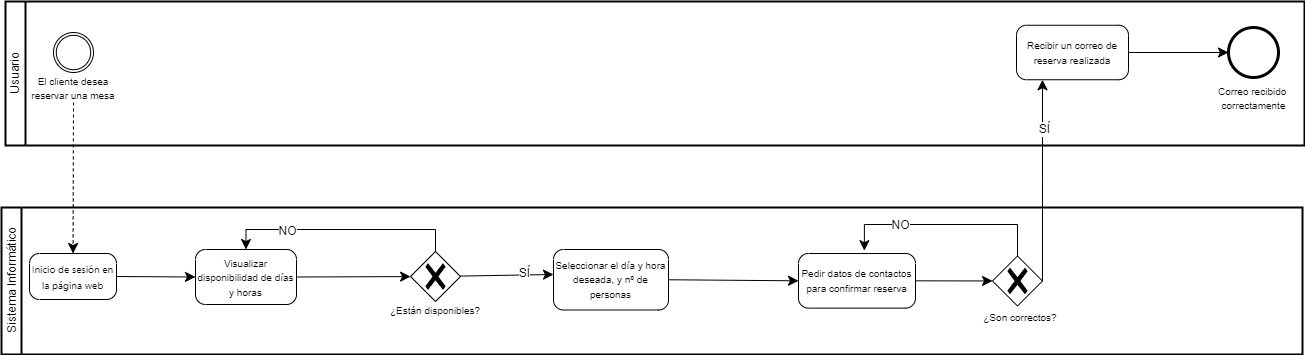
luciarinconpozo/Cibercafe keeps this draw.io diagram as BPMN/BPMN_Reserva.drawio.png. Above is the earlier version. Source tidied: cells renumbered, new cells last; positions are measured from the earlier drawing's top-left corner, leaving out a move shared by most shapes.
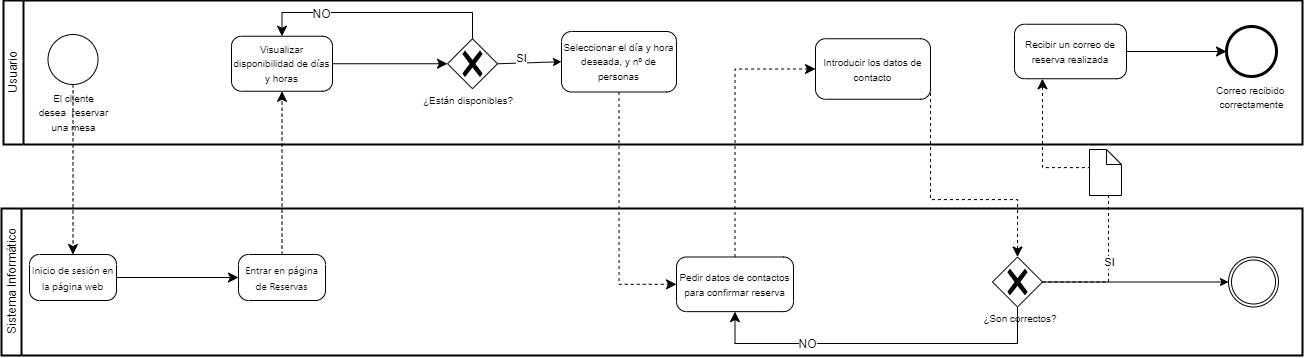
After the change.

The edit, as a diff of the source:
```diff
@@ -5,10 +5,7 @@
     <mxCell id="2" value="Usuario" style="swimlane;html=1;startSize=20;fontStyle=0;horizontal=0;swimlaneLine=1;swimlaneFillColor=#ffffff;strokeWidth=2;whiteSpace=wrap;" parent="1" vertex="1">
       <mxGeometry x="4" width="1299" height="144" as="geometry" />
     </mxCell>
-    <mxCell id="3" style="shape=mxgraph.bpmn.event;html=1;verticalLabelPosition=bottom;labelBackgroundColor=#ffffff;verticalAlign=top;align=center;perimeter=ellipsePerimeter;outline=throwing;symbol=general;" parent="2" vertex="1">
-      <mxGeometry x="48" y="31" width="40" height="40" as="geometry" />
-    </mxCell>
-    <mxCell id="4" value="&lt;p style=&quot;line-height: 74%;&quot;&gt;&lt;font style=&quot;font-size: 10px;&quot;&gt;El cliente desea reservar una mesa&lt;/font&gt;&lt;/p&gt;" style="text;strokeColor=none;fillColor=none;html=1;align=center;verticalAlign=middle;whiteSpace=wrap;rounded=0;fontSize=16;" parent="2" vertex="1">
+    <mxCell id="4" value="&lt;p style=&quot;line-height: 74%;&quot;&gt;&lt;br&gt;&lt;/p&gt;" style="text;strokeColor=none;fillColor=none;html=1;align=center;verticalAlign=middle;whiteSpace=wrap;rounded=0;fontSize=16;" parent="2" vertex="1">
       <mxGeometry x="21" y="71" width="94" height="30" as="geometry" />
     </mxCell>
     <mxCell id="5" style="edgeStyle=none;curved=1;rounded=0;jettySize=auto;html=1;exitX=1;exitY=0.5;exitDx=0;exitDy=0;exitPerimeter=0;fontSize=12;startSize=8;endSize=8;" parent="2" edge="1" source="6" target="7">
@@ -20,79 +17,116 @@
     <mxCell id="7" value="&lt;font style=&quot;font-size: 10px;&quot;&gt;Correo recibido&amp;nbsp;&lt;/font&gt;&lt;div&gt;&lt;font style=&quot;font-size: 10px;&quot;&gt;correctamente&lt;/font&gt;&lt;/div&gt;" style="points=[[0.145,0.145,0],[0.5,0,0],[0.855,0.145,0],[1,0.5,0],[0.855,0.855,0],[0.5,1,0],[0.145,0.855,0],[0,0.5,0]];shape=mxgraph.bpmn.event;html=1;verticalLabelPosition=bottom;labelBackgroundColor=#ffffff;verticalAlign=top;align=center;perimeter=ellipsePerimeter;outlineConnect=0;outline=end;symbol=terminate2;" parent="2" vertex="1">
       <mxGeometry x="1223" y="26" width="50" height="50" as="geometry" />
     </mxCell>
+    <mxCell id="17" value="&lt;font style=&quot;font-size: 10px;&quot;&gt;Seleccionar el día y hora deseada, y nº de personas&lt;/font&gt;" style="points=[[0.25,0,0],[0.5,0,0],[0.75,0,0],[1,0.25,0],[1,0.5,0],[1,0.75,0],[0.75,1,0],[0.5,1,0],[0.25,1,0],[0,0.75,0],[0,0.5,0],[0,0.25,0]];shape=mxgraph.bpmn.task;whiteSpace=wrap;rectStyle=rounded;size=10;html=1;taskMarker=abstract;" parent="2" vertex="1">
+      <mxGeometry x="558" y="31" width="115" height="60.5" as="geometry" />
+    </mxCell>
+    <mxCell id="13" style="points=[[0.25,0.25,0],[0.5,0,0],[0.75,0.25,0],[1,0.5,0],[0.75,0.75,0],[0.5,1,0],[0.25,0.75,0],[0,0.5,0]];shape=mxgraph.bpmn.gateway2;html=1;verticalLabelPosition=bottom;labelBackgroundColor=#ffffff;verticalAlign=top;align=center;perimeter=rhombusPerimeter;outlineConnect=0;outline=none;symbol=none;gwType=exclusive;" parent="2" vertex="1">
+      <mxGeometry x="444" y="38.2" width="50" height="50" as="geometry" />
+    </mxCell>
+    <mxCell id="11" value="&lt;font style=&quot;font-size: 10px;&quot;&gt;Visualizar disponibilidad de días y horas&lt;/font&gt;" style="points=[[0.25,0,0],[0.5,0,0],[0.75,0,0],[1,0.25,0],[1,0.5,0],[1,0.75,0],[0.75,1,0],[0.5,1,0],[0.25,1,0],[0,0.75,0],[0,0.5,0],[0,0.25,0]];shape=mxgraph.bpmn.task;whiteSpace=wrap;rectStyle=rounded;size=10;html=1;taskMarker=abstract;" parent="2" vertex="1">
+      <mxGeometry x="228" y="35.8" width="101" height="55" as="geometry" />
+    </mxCell>
+    <mxCell id="10" style="edgeStyle=none;curved=1;rounded=0;jettySize=auto;html=1;exitX=1;exitY=0.5;exitDx=0;exitDy=0;exitPerimeter=0;fontSize=12;startSize=8;endSize=8;" parent="2" edge="1" source="11" target="13">
+      <mxGeometry relative="1" as="geometry" />
+    </mxCell>
+    <mxCell id="15" style="edgeStyle=elbowEdgeStyle;elbow=horizontal;endArrow=classic;html=1;curved=0;rounded=0;endSize=8;startSize=8;fontSize=12;entryX=0.5;entryY=0;entryDx=0;entryDy=0;entryPerimeter=0;exitX=0.5;exitY=0;exitDx=0;exitDy=0;exitPerimeter=0;" parent="2" edge="1" source="13" target="11">
+      <mxGeometry relative="1" as="geometry">
+        <Array as="points">
+          <mxPoint x="378" y="12" />
+        </Array>
+      </mxGeometry>
+    </mxCell>
+    <mxCell id="16" value="NO" style="edgeLabel;html=1;align=center;verticalAlign=middle;fontSize=12;" parent="15" vertex="1">
+      <mxGeometry x="0.48" y="1" relative="1" as="geometry" />
+    </mxCell>
+    <mxCell id="14" value="&lt;p style=&quot;line-height: 74%;&quot;&gt;&lt;font style=&quot;font-size: 10px;&quot;&gt;¿Están disponibles?&lt;/font&gt;&lt;/p&gt;" style="text;strokeColor=none;fillColor=none;html=1;align=center;verticalAlign=middle;whiteSpace=wrap;rounded=0;fontSize=16;" parent="2" vertex="1">
+      <mxGeometry x="418" y="84" width="94" height="30" as="geometry" />
+    </mxCell>
+    <mxCell id="18" style="endArrow=classic;html=1;rounded=0;exitX=1;exitY=0.5;exitDx=0;exitDy=0;exitPerimeter=0;entryX=0;entryY=0.5;entryDx=0;entryDy=0;entryPerimeter=0;" parent="2" edge="1" source="13" target="17">
+      <mxGeometry relative="1" as="geometry" />
+    </mxCell>
+    <mxCell id="30" value="SI" style="edgeLabel;html=1;align=center;verticalAlign=middle;" parent="18" vertex="1">
+      <mxGeometry x="-0.26" y="5" relative="1" as="geometry" />
+    </mxCell>
+    <mxCell id="31" value="&lt;font style=&quot;font-size: 10px;&quot;&gt;Introducir los datos de contacto&lt;/font&gt;" style="points=[[0.25,0,0],[0.5,0,0],[0.75,0,0],[1,0.25,0],[1,0.5,0],[1,0.75,0],[0.75,1,0],[0.5,1,0],[0.25,1,0],[0,0.75,0],[0,0.5,0],[0,0.25,0]];shape=mxgraph.bpmn.task;whiteSpace=wrap;rectStyle=rounded;size=10;html=1;taskMarker=abstract;" parent="2" vertex="1">
+      <mxGeometry x="812" y="38.2" width="115" height="60.5" as="geometry" />
+    </mxCell>
+    <mxCell id="32" value="&lt;span style=&quot;font-size: 10px; text-wrap: wrap;&quot;&gt;El cliente desea&amp;nbsp;&amp;nbsp;&lt;/span&gt;&lt;span style=&quot;font-size: 10px; text-wrap: wrap;&quot;&gt;reservar una mesa&lt;/span&gt;" style="points=[[0.145,0.145,0],[0.5,0,0],[0.855,0.145,0],[1,0.5,0],[0.855,0.855,0],[0.5,1,0],[0.145,0.855,0],[0,0.5,0]];shape=mxgraph.bpmn.event;html=1;verticalLabelPosition=bottom;labelBackgroundColor=#ffffff;verticalAlign=top;align=center;perimeter=ellipsePerimeter;outlineConnect=0;outline=standard;symbol=general;" parent="2" vertex="1">
+      <mxGeometry x="44.5" y="34" width="50" height="50" as="geometry" />
+    </mxCell>
     <mxCell id="8" value="Sistema Informático" style="swimlane;html=1;startSize=20;fontStyle=0;horizontal=0;swimlaneLine=1;swimlaneFillColor=#ffffff;strokeWidth=2;whiteSpace=wrap;" parent="1" vertex="1">
-      <mxGeometry y="206" width="1301" height="147" as="geometry" />
+      <mxGeometry x="2" y="208" width="1301" height="147" as="geometry" />
     </mxCell>
     <mxCell id="9" value="&lt;span style=&quot;border: 0px solid rgb(227, 227, 227); box-sizing: border-box; --tw-border-spacing-x: 0; --tw-border-spacing-y: 0; --tw-translate-x: 0; --tw-translate-y: 0; --tw-rotate: 0; --tw-skew-x: 0; --tw-skew-y: 0; --tw-scale-x: 1; --tw-scale-y: 1; --tw-pan-x: ; --tw-pan-y: ; --tw-pinch-zoom: ; --tw-scroll-snap-strictness: proximity; --tw-gradient-from-position: ; --tw-gradient-via-position: ; --tw-gradient-to-position: ; --tw-ordinal: ; --tw-slashed-zero: ; --tw-numeric-figure: ; --tw-numeric-spacing: ; --tw-numeric-fraction: ; --tw-ring-inset: ; --tw-ring-offset-width: 0px; --tw-ring-offset-color: #fff; --tw-ring-color: rgba(69,89,164,.5); --tw-ring-offset-shadow: 0 0 transparent; --tw-ring-shadow: 0 0 transparent; --tw-shadow: 0 0 transparent; --tw-shadow-colored: 0 0 transparent; --tw-blur: ; --tw-brightness: ; --tw-contrast: ; --tw-grayscale: ; --tw-hue-rotate: ; --tw-invert: ; --tw-saturate: ; --tw-sepia: ; --tw-drop-shadow: ; --tw-backdrop-blur: ; --tw-backdrop-brightness: ; --tw-backdrop-contrast: ; --tw-backdrop-grayscale: ; --tw-backdrop-hue-rotate: ; --tw-backdrop-invert: ; --tw-backdrop-opacity: ; --tw-backdrop-saturate: ; --tw-backdrop-sepia: ; --tw-contain-size: ; --tw-contain-layout: ; --tw-contain-paint: ; --tw-contain-style: ; font-family: Söhne, ui-sans-serif, system-ui, -apple-system, &amp;quot;Segoe UI&amp;quot;, Roboto, Ubuntu, Cantarell, &amp;quot;Noto Sans&amp;quot;, sans-serif, &amp;quot;Helvetica Neue&amp;quot;, Arial, &amp;quot;Apple Color Emoji&amp;quot;, &amp;quot;Segoe UI Emoji&amp;quot;, &amp;quot;Segoe UI Symbol&amp;quot;, &amp;quot;Noto Color Emoji&amp;quot;; text-align: left; white-space-collapse: preserve;&quot;&gt;&lt;font style=&quot;font-size: 10px;&quot;&gt;Inicio de sesión en la página web&lt;/font&gt;&lt;/span&gt;" style="points=[[0.25,0,0],[0.5,0,0],[0.75,0,0],[1,0.25,0],[1,0.5,0],[1,0.75,0],[0.75,1,0],[0.5,1,0],[0.25,1,0],[0,0.75,0],[0,0.5,0],[0,0.25,0]];shape=mxgraph.bpmn.task;whiteSpace=wrap;rectStyle=rounded;size=10;html=1;taskMarker=abstract;" parent="8" vertex="1">
       <mxGeometry x="28" y="46" width="87" height="46" as="geometry" />
     </mxCell>
-    <mxCell id="10" style="edgeStyle=none;curved=1;rounded=0;jettySize=auto;html=1;exitX=1;exitY=0.5;exitDx=0;exitDy=0;exitPerimeter=0;fontSize=12;startSize=8;endSize=8;" parent="8" edge="1" source="11" target="13">
-      <mxGeometry relative="1" as="geometry" />
-    </mxCell>
-    <mxCell id="11" value="&lt;font style=&quot;font-size: 10px;&quot;&gt;Visualizar disponibilidad de días y horas&lt;/font&gt;" style="points=[[0.25,0,0],[0.5,0,0],[0.75,0,0],[1,0.25,0],[1,0.5,0],[1,0.75,0],[0.75,1,0],[0.5,1,0],[0.25,1,0],[0,0.75,0],[0,0.5,0],[0,0.25,0]];shape=mxgraph.bpmn.task;whiteSpace=wrap;rectStyle=rounded;size=10;html=1;taskMarker=abstract;" parent="8" vertex="1">
-      <mxGeometry x="194" y="42" width="101" height="55" as="geometry" />
-    </mxCell>
-    <mxCell id="12" style="edgeStyle=none;curved=1;rounded=0;jettySize=auto;html=1;exitX=1;exitY=0.5;exitDx=0;exitDy=0;exitPerimeter=0;entryX=0;entryY=0.5;entryDx=0;entryDy=0;entryPerimeter=0;fontSize=12;startSize=8;endSize=8;" parent="8" edge="1" source="9" target="11">
-      <mxGeometry relative="1" as="geometry" />
-    </mxCell>
-    <mxCell id="13" style="points=[[0.25,0.25,0],[0.5,0,0],[0.75,0.25,0],[1,0.5,0],[0.75,0.75,0],[0.5,1,0],[0.25,0.75,0],[0,0.5,0]];shape=mxgraph.bpmn.gateway2;html=1;verticalLabelPosition=bottom;labelBackgroundColor=#ffffff;verticalAlign=top;align=center;perimeter=rhombusPerimeter;outlineConnect=0;outline=none;symbol=none;gwType=exclusive;" parent="8" vertex="1">
-      <mxGeometry x="409" y="44" width="50" height="50" as="geometry" />
-    </mxCell>
-    <mxCell id="14" value="&lt;p style=&quot;line-height: 74%;&quot;&gt;&lt;font style=&quot;font-size: 10px;&quot;&gt;¿Están disponibles?&lt;/font&gt;&lt;/p&gt;" style="text;strokeColor=none;fillColor=none;html=1;align=center;verticalAlign=middle;whiteSpace=wrap;rounded=0;fontSize=16;" parent="8" vertex="1">
-      <mxGeometry x="387" y="87" width="94" height="30" as="geometry" />
-    </mxCell>
-    <mxCell id="15" style="edgeStyle=elbowEdgeStyle;elbow=horizontal;endArrow=classic;html=1;curved=0;rounded=0;endSize=8;startSize=8;fontSize=12;entryX=0.5;entryY=0;entryDx=0;entryDy=0;entryPerimeter=0;exitX=0.5;exitY=0;exitDx=0;exitDy=0;exitPerimeter=0;" parent="8" edge="1" source="13" target="11">
-      <mxGeometry relative="1" as="geometry">
-        <Array as="points">
-          <mxPoint x="339" y="22" />
-        </Array>
-      </mxGeometry>
-    </mxCell>
-    <mxCell id="16" value="NO" style="edgeLabel;html=1;align=center;verticalAlign=middle;fontSize=12;" parent="15" vertex="1">
-      <mxGeometry x="0.48" y="1" relative="1" as="geometry" />
-    </mxCell>
-    <mxCell id="17" value="&lt;font style=&quot;font-size: 10px;&quot;&gt;Seleccionar el día y hora deseada, y nº de personas&lt;/font&gt;" style="points=[[0.25,0,0],[0.5,0,0],[0.75,0,0],[1,0.25,0],[1,0.5,0],[1,0.75,0],[0.75,1,0],[0.5,1,0],[0.25,1,0],[0,0.75,0],[0,0.5,0],[0,0.25,0]];shape=mxgraph.bpmn.task;whiteSpace=wrap;rectStyle=rounded;size=10;html=1;taskMarker=abstract;" parent="8" vertex="1">
-      <mxGeometry x="552" y="42" width="115" height="60.5" as="geometry" />
-    </mxCell>
-    <mxCell id="18" style="endArrow=classic;html=1;rounded=0;fontSize=12;startSize=8;endSize=8;curved=1;entryX=0;entryY=0.413;entryDx=0;entryDy=0;entryPerimeter=0;" parent="8" edge="1" source="13" target="17">
-      <mxGeometry relative="1" as="geometry" />
-    </mxCell>
-    <mxCell id="19" value="SÍ" style="edgeLabel;html=1;align=center;verticalAlign=middle;fontSize=12;" parent="18" vertex="1">
-      <mxGeometry x="0.36" y="2" relative="1" as="geometry" />
-    </mxCell>
-    <mxCell id="20" style="edgeStyle=none;curved=1;rounded=0;jettySize=auto;html=1;exitX=1;exitY=0.5;exitDx=0;exitDy=0;exitPerimeter=0;fontSize=12;startSize=8;endSize=8;" parent="8" edge="1" source="21" target="23">
-      <mxGeometry relative="1" as="geometry" />
-    </mxCell>
     <mxCell id="21" value="&lt;font style=&quot;font-size: 10px;&quot;&gt;Pedir datos de contactos para confirmar reserva&lt;/font&gt;" style="points=[[0.25,0,0],[0.5,0,0],[0.75,0,0],[1,0.25,0],[1,0.5,0],[1,0.75,0],[0.75,1,0],[0.5,1,0],[0.25,1,0],[0,0.75,0],[0,0.5,0],[0,0.25,0]];shape=mxgraph.bpmn.task;whiteSpace=wrap;rectStyle=rounded;size=10;html=1;taskMarker=abstract;" parent="8" vertex="1">
-      <mxGeometry x="797" y="46" width="117" height="54.6" as="geometry" />
+      <mxGeometry x="675" y="48.5" width="117" height="54.6" as="geometry" />
     </mxCell>
-    <mxCell id="22" style="edgeStyle=none;curved=1;rounded=0;jettySize=auto;html=1;exitX=1;exitY=0.5;exitDx=0;exitDy=0;exitPerimeter=0;entryX=0;entryY=0.5;entryDx=0;entryDy=0;entryPerimeter=0;fontSize=12;startSize=8;endSize=8;" parent="8" edge="1" source="17" target="21">
-      <mxGeometry relative="1" as="geometry" />
-    </mxCell>
     <mxCell id="23" style="points=[[0.25,0.25,0],[0.5,0,0],[0.75,0.25,0],[1,0.5,0],[0.75,0.75,0],[0.5,1,0],[0.25,0.75,0],[0,0.5,0]];shape=mxgraph.bpmn.gateway2;html=1;verticalLabelPosition=bottom;labelBackgroundColor=#ffffff;verticalAlign=top;align=center;perimeter=rhombusPerimeter;outlineConnect=0;outline=none;symbol=none;gwType=exclusive;" parent="8" vertex="1">
       <mxGeometry x="991" y="48.5" width="50" height="50" as="geometry" />
     </mxCell>
     <mxCell id="24" value="&lt;p style=&quot;line-height: 74%;&quot;&gt;&lt;font style=&quot;font-size: 10px;&quot;&gt;¿Son correctos?&lt;/font&gt;&lt;/p&gt;" style="text;strokeColor=none;fillColor=none;html=1;align=center;verticalAlign=middle;whiteSpace=wrap;rounded=0;fontSize=16;" parent="8" vertex="1">
       <mxGeometry x="972" y="94" width="94" height="30" as="geometry" />
     </mxCell>
-    <mxCell id="25" style="edgeStyle=elbowEdgeStyle;elbow=vertical;endArrow=classic;html=1;curved=0;rounded=0;endSize=8;startSize=8;fontSize=12;exitX=0.5;exitY=0;exitDx=0;exitDy=0;exitPerimeter=0;entryX=0.563;entryY=-0.052;entryDx=0;entryDy=0;entryPerimeter=0;" parent="8" edge="1" source="23" target="21">
+    <mxCell id="25" style="edgeStyle=elbowEdgeStyle;elbow=vertical;endArrow=classic;html=1;curved=0;rounded=0;endSize=8;startSize=8;fontSize=12;entryX=0.5;entryY=1;entryDx=0;entryDy=0;entryPerimeter=0;" parent="8" edge="1" source="23" target="21">
       <mxGeometry relative="1" as="geometry">
         <Array as="points">
-          <mxPoint x="939" y="17" />
+          <mxPoint x="877" y="135" />
         </Array>
       </mxGeometry>
     </mxCell>
     <mxCell id="26" value="NO" style="edgeLabel;html=1;align=center;verticalAlign=middle;fontSize=12;" parent="25" vertex="1">
       <mxGeometry x="0.41" relative="1" as="geometry" />
     </mxCell>
+    <mxCell id="33" value="&lt;span style=&quot;border: 0px solid rgb(227, 227, 227); box-sizing: border-box; --tw-border-spacing-x: 0; --tw-border-spacing-y: 0; --tw-translate-x: 0; --tw-translate-y: 0; --tw-rotate: 0; --tw-skew-x: 0; --tw-skew-y: 0; --tw-scale-x: 1; --tw-scale-y: 1; --tw-pan-x: ; --tw-pan-y: ; --tw-pinch-zoom: ; --tw-scroll-snap-strictness: proximity; --tw-gradient-from-position: ; --tw-gradient-via-position: ; --tw-gradient-to-position: ; --tw-ordinal: ; --tw-slashed-zero: ; --tw-numeric-figure: ; --tw-numeric-spacing: ; --tw-numeric-fraction: ; --tw-ring-inset: ; --tw-ring-offset-width: 0px; --tw-ring-offset-color: #fff; --tw-ring-color: rgba(69,89,164,.5); --tw-ring-offset-shadow: 0 0 transparent; --tw-ring-shadow: 0 0 transparent; --tw-shadow: 0 0 transparent; --tw-shadow-colored: 0 0 transparent; --tw-blur: ; --tw-brightness: ; --tw-contrast: ; --tw-grayscale: ; --tw-hue-rotate: ; --tw-invert: ; --tw-saturate: ; --tw-sepia: ; --tw-drop-shadow: ; --tw-backdrop-blur: ; --tw-backdrop-brightness: ; --tw-backdrop-contrast: ; --tw-backdrop-grayscale: ; --tw-backdrop-hue-rotate: ; --tw-backdrop-invert: ; --tw-backdrop-opacity: ; --tw-backdrop-saturate: ; --tw-backdrop-sepia: ; --tw-contain-size: ; --tw-contain-layout: ; --tw-contain-paint: ; --tw-contain-style: ; font-family: Söhne, ui-sans-serif, system-ui, -apple-system, &amp;quot;Segoe UI&amp;quot;, Roboto, Ubuntu, Cantarell, &amp;quot;Noto Sans&amp;quot;, sans-serif, &amp;quot;Helvetica Neue&amp;quot;, Arial, &amp;quot;Apple Color Emoji&amp;quot;, &amp;quot;Segoe UI Emoji&amp;quot;, &amp;quot;Segoe UI Symbol&amp;quot;, &amp;quot;Noto Color Emoji&amp;quot;; text-align: left; white-space-collapse: preserve;&quot;&gt;&lt;font style=&quot;font-size: 10px;&quot;&gt;Entrar en página de Reservas&lt;/font&gt;&lt;/span&gt;" style="points=[[0.25,0,0],[0.5,0,0],[0.75,0,0],[1,0.25,0],[1,0.5,0],[1,0.75,0],[0.75,1,0],[0.5,1,0],[0.25,1,0],[0,0.75,0],[0,0.5,0],[0,0.25,0]];shape=mxgraph.bpmn.task;whiteSpace=wrap;rectStyle=rounded;size=10;html=1;taskMarker=abstract;" parent="8" vertex="1">
+      <mxGeometry x="237" y="46" width="87" height="46" as="geometry" />
+    </mxCell>
+    <mxCell id="12" style="edgeStyle=none;curved=1;rounded=0;jettySize=auto;html=1;exitX=1;exitY=0.5;exitDx=0;exitDy=0;exitPerimeter=0;fontSize=12;startSize=8;endSize=8;entryX=0;entryY=0.5;entryDx=0;entryDy=0;entryPerimeter=0;" parent="8" edge="1" source="9" target="33">
+      <mxGeometry relative="1" as="geometry" />
+    </mxCell>
+    <mxCell id="34" style="points=[[0.145,0.145,0],[0.5,0,0],[0.855,0.145,0],[1,0.5,0],[0.855,0.855,0],[0.5,1,0],[0.145,0.855,0],[0,0.5,0]];shape=mxgraph.bpmn.event;html=1;verticalLabelPosition=bottom;labelBackgroundColor=#ffffff;verticalAlign=top;align=center;perimeter=ellipsePerimeter;outlineConnect=0;outline=throwing;symbol=general;" parent="8" vertex="1">
+      <mxGeometry x="1227" y="48.5" width="50" height="50" as="geometry" />
+    </mxCell>
+    <mxCell id="35" style="edgeStyle=orthogonalEdgeStyle;rounded=0;jettySize=auto;html=1;exitX=1;exitY=0.5;exitDx=0;exitDy=0;exitPerimeter=0;entryX=0;entryY=0.5;entryDx=0;entryDy=0;entryPerimeter=0;" parent="8" edge="1" source="23" target="34">
+      <mxGeometry relative="1" as="geometry" />
+    </mxCell>
-    <mxCell id="27" style="edgeStyle=none;curved=1;rounded=0;jettySize=auto;html=1;exitX=0.5;exitY=1;exitDx=0;exitDy=0;fontSize=12;startSize=8;endSize=8;dashed=1;" parent="1" edge="1" source="4" target="9">
+    <mxCell id="27" style="edgeStyle=none;curved=1;rounded=0;jettySize=auto;html=1;fontSize=12;startSize=8;endSize=8;dashed=1;" parent="1" edge="1" source="32" target="9">
       <mxGeometry relative="1" as="geometry" />
     </mxCell>
-    <mxCell id="28" style="edgeStyle=elbowEdgeStyle;elbow=horizontal;endArrow=classic;html=1;curved=0;rounded=0;endSize=8;startSize=8;fontSize=12;exitX=1;exitY=0.5;exitDx=0;exitDy=0;exitPerimeter=0;" parent="1" edge="1" source="23" target="6">
-      <mxGeometry relative="1" as="geometry" />
+    <mxCell id="28" style="edgeStyle=orthogonalEdgeStyle;rounded=0;jettySize=auto;html=1;fontSize=12;startSize=8;endSize=8;dashed=1;exitX=1;exitY=0.5;exitDx=0;exitDy=0;exitPerimeter=0;entryX=0.25;entryY=1;entryDx=0;entryDy=0;entryPerimeter=0;" parent="1" edge="1" source="23" target="6">
+      <mxGeometry relative="1" as="geometry">
+        <Array as="points">
+          <mxPoint x="1109" y="282" />
+          <mxPoint x="1109" y="167" />
+          <mxPoint x="1043" y="167" />
+        </Array>
+      </mxGeometry>
     </mxCell>
-    <mxCell id="29" value="SÍ" style="edgeLabel;html=1;align=center;verticalAlign=middle;fontSize=12;" parent="28" vertex="1">
-      <mxGeometry x="0.51" y="-1" relative="1" as="geometry" />
-    </mxCell>
+    <mxCell id="36" value="SI" style="edgeLabel;html=1;align=center;verticalAlign=middle;" parent="28" vertex="1">
+      <mxGeometry x="-0.48" relative="1" as="geometry">
+        <mxPoint y="1" as="offset" />
+      </mxGeometry>
+    </mxCell>
+    <mxCell id="37" style="shape=mxgraph.bpmn.data;labelPosition=center;verticalLabelPosition=bottom;align=center;verticalAlign=top;size=15;html=1;" parent="1" vertex="1">
+      <mxGeometry x="1090" y="149" width="32" height="46" as="geometry" />
+    </mxCell>
+    <mxCell id="22" style="edgeStyle=orthogonalEdgeStyle;rounded=0;jettySize=auto;html=1;fontSize=12;startSize=8;endSize=8;dashed=1;exitX=0.5;exitY=1;exitDx=0;exitDy=0;exitPerimeter=0;entryX=0;entryY=0.5;entryDx=0;entryDy=0;entryPerimeter=0;" parent="1" edge="1" source="17" target="21">
+      <mxGeometry relative="1" as="geometry" />
+    </mxCell>
+    <mxCell id="38" style="edgeStyle=none;curved=1;rounded=0;jettySize=auto;html=1;fontSize=12;startSize=8;endSize=8;dashed=1;exitX=0.5;exitY=0;exitDx=0;exitDy=0;exitPerimeter=0;entryX=0.5;entryY=1;entryDx=0;entryDy=0;entryPerimeter=0;" parent="1" edge="1" source="33" target="11">
+      <mxGeometry relative="1" as="geometry" />
+    </mxCell>
+    <mxCell id="39" style="edgeStyle=orthogonalEdgeStyle;rounded=0;jettySize=auto;html=1;fontSize=12;startSize=8;endSize=8;dashed=1;exitX=0.5;exitY=0;exitDx=0;exitDy=0;exitPerimeter=0;entryX=0;entryY=0.5;entryDx=0;entryDy=0;entryPerimeter=0;" parent="1" edge="1" source="21" target="31">
+      <mxGeometry relative="1" as="geometry" />
+    </mxCell>
+    <mxCell id="40" style="edgeStyle=orthogonalEdgeStyle;rounded=0;jettySize=auto;html=1;fontSize=12;startSize=8;endSize=8;dashed=1;exitX=1;exitY=0.5;exitDx=0;exitDy=0;exitPerimeter=0;entryX=0.5;entryY=0;entryDx=0;entryDy=0;entryPerimeter=0;" parent="1" edge="1" source="31" target="23">
+      <mxGeometry relative="1" as="geometry">
+        <Array as="points">
+          <mxPoint x="931" y="199" />
+          <mxPoint x="1018" y="199" />
+        </Array>
+      </mxGeometry>
+    </mxCell>
   </root>
 </mxGraphModel>
```
